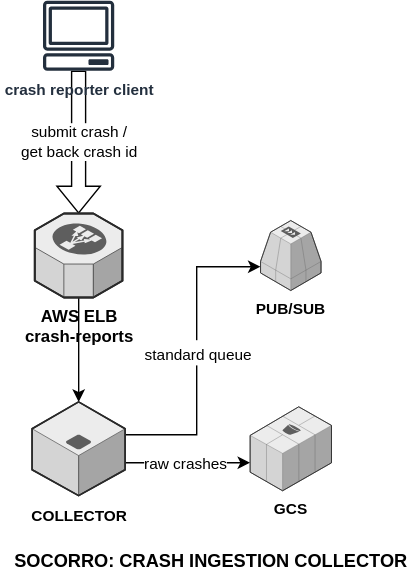
The draw.io diagram docs/drawio/antenna_architecture.drawio.svg in mozilla-services/antenna, before a commit. Source tidied: cells renumbered, new cells last; positions are measured from the earlier drawing's top-left corner, leaving out a move shared by most shapes.
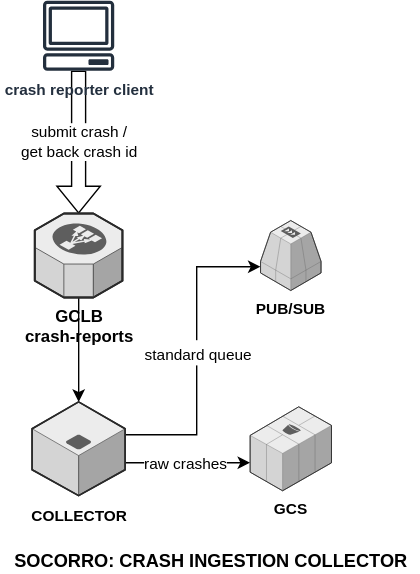
Later version of the same file.

Commit message:
change AWS ELB to GCLB

What changed in the source:
```diff
@@ -42,7 +42,7 @@
         </Array>
       </mxGeometry>
     </mxCell>
-    <mxCell id="9" value="&lt;b&gt;AWS ELB&lt;br&gt;crash-reports&lt;br&gt;&lt;/b&gt;" style="verticalLabelPosition=bottom;html=1;verticalAlign=top;strokeWidth=1;align=center;outlineConnect=0;dashed=0;outlineConnect=0;shape=mxgraph.aws3d.elasticLoadBalancing;fillColor=#ECECEC;strokeColor=#5E5E5E;" parent="1" vertex="1">
+    <mxCell id="9" value="&lt;b&gt;GCLB&lt;br&gt;crash-reports&lt;br&gt;&lt;/b&gt;" style="verticalLabelPosition=bottom;html=1;verticalAlign=top;strokeWidth=1;align=center;outlineConnect=0;dashed=0;outlineConnect=0;shape=mxgraph.aws3d.elasticLoadBalancing;fillColor=#ECECEC;strokeColor=#5E5E5E;" parent="1" vertex="1">
       <mxGeometry x="24.4" y="152" width="62.6" height="60" as="geometry" />
     </mxCell>
     <mxCell id="10" value="&lt;b&gt;&lt;font style=&quot;font-size: 11px&quot;&gt;COLLECTOR&lt;/font&gt;&lt;/b&gt;" style="verticalLabelPosition=bottom;html=1;verticalAlign=top;strokeWidth=1;align=center;outlineConnect=0;dashed=0;outlineConnect=0;shape=mxgraph.aws3d.application_server;fillColor=#ECECEC;strokeColor=#5E5E5E;" parent="1" vertex="1">
```
